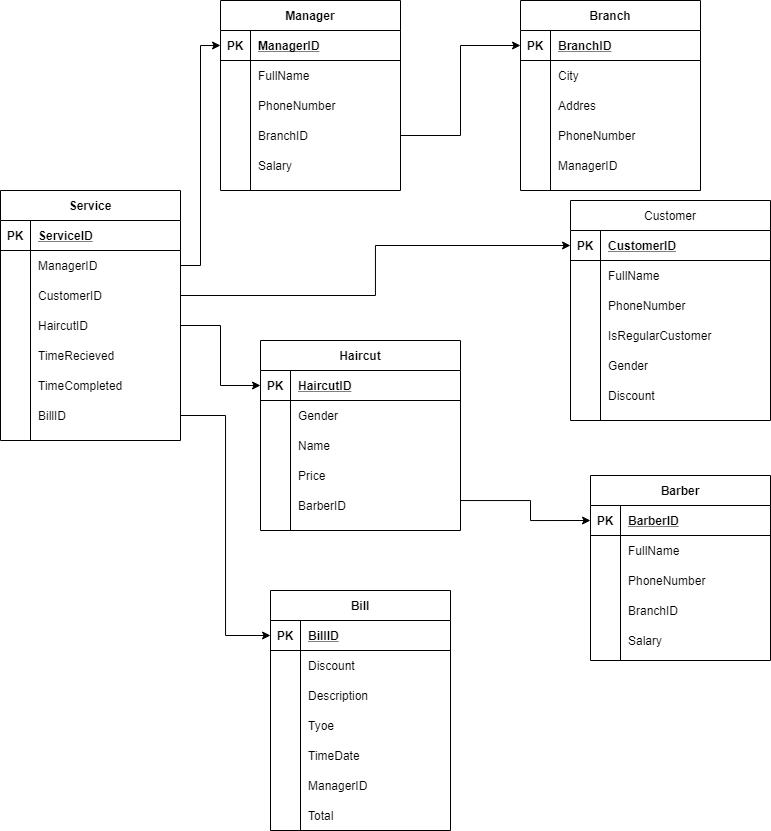
This is Barbershop.png from leetrikon/SQL, a draw.io export, as it was before one commit. Source tidied: cells renumbered, new cells last; positions are measured from the earlier drawing's top-left corner, leaving out a move shared by most shapes.
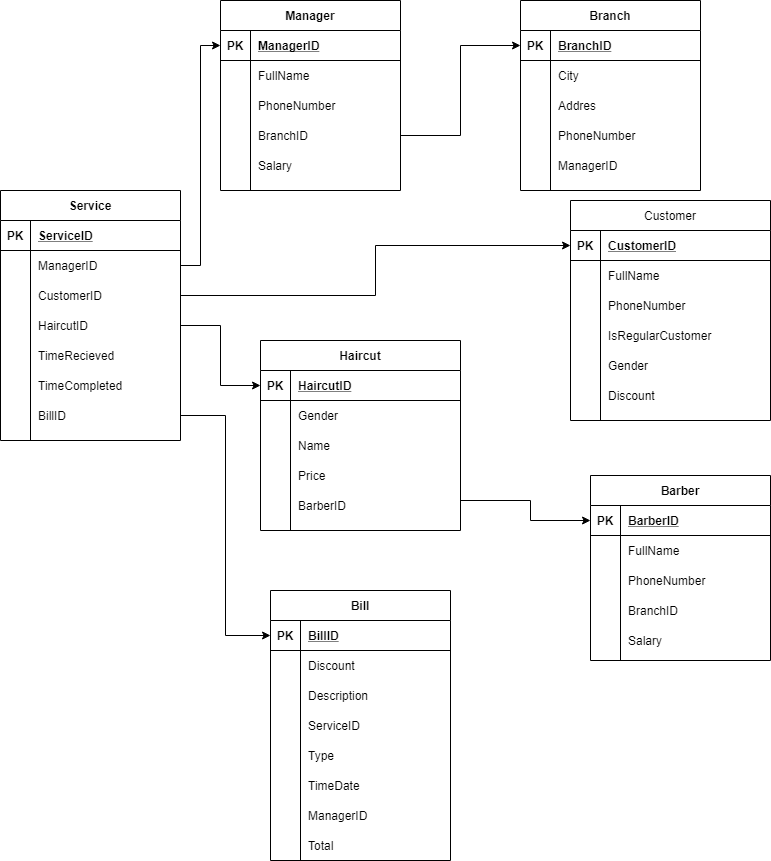
Above is the later version.

Change to the diagram source:
```diff
@@ -342,7 +342,7 @@
       <mxGeometry x="30" width="150" height="30" as="geometry" />
     </mxCell>
     <mxCell id="113" value="Bill" style="shape=table;startSize=30;rowLines=0;fontStyle=1;align=center;" parent="1" vertex="1">
-      <mxGeometry x="270" y="590" width="180" height="240" as="geometry" />
+      <mxGeometry x="270" y="590" width="180" height="270" as="geometry" />
     </mxCell>
     <mxCell id="114" style="shape=partialRectangle;fillColor=none;top=0;left=0;bottom=1;right=0;points=[[0,0.5],[1,0.5]];portConstraint=eastwest;" parent="113" vertex="1">
       <mxGeometry y="30" width="180" height="30" as="geometry" />
@@ -371,17 +371,26 @@
     <mxCell id="122" value="Description" style="shape=partialRectangle;fillColor=none;top=0;left=0;bottom=0;right=0;align=left;spacingLeft=6;overflow=hidden;" parent="120" vertex="1">
       <mxGeometry x="30" width="150" height="30" as="geometry" />
     </mxCell>
+    <mxCell id="135" style="shape=partialRectangle;fillColor=none;top=0;left=0;bottom=0;right=0;" parent="113" vertex="1">
+      <mxGeometry y="120" width="180" height="30" as="geometry" />
+    </mxCell>
+    <mxCell id="136" style="shape=partialRectangle;fillColor=none;top=0;left=0;bottom=0;right=0;overflow=hidden;" parent="135" vertex="1">
+      <mxGeometry width="30" height="30" as="geometry" />
+    </mxCell>
+    <mxCell id="137" value="ServiceID" style="shape=partialRectangle;fillColor=none;top=0;left=0;bottom=0;right=0;align=left;spacingLeft=6;overflow=hidden;" parent="135" vertex="1">
+      <mxGeometry x="30" width="150" height="30" as="geometry" />
+    </mxCell>
     <mxCell id="123" style="shape=partialRectangle;fillColor=none;top=0;left=0;bottom=0;right=0;" parent="113" vertex="1">
-      <mxGeometry y="120" width="180" height="30" as="geometry" />
+      <mxGeometry y="150" width="180" height="30" as="geometry" />
     </mxCell>
     <mxCell id="124" style="shape=partialRectangle;fillColor=none;top=0;left=0;bottom=0;right=0;overflow=hidden;" parent="123" vertex="1">
       <mxGeometry width="30" height="30" as="geometry" />
     </mxCell>
-    <mxCell id="125" value="Tyoe" style="shape=partialRectangle;fillColor=none;top=0;left=0;bottom=0;right=0;align=left;spacingLeft=6;overflow=hidden;" parent="123" vertex="1">
+    <mxCell id="125" value="Type" style="shape=partialRectangle;fillColor=none;top=0;left=0;bottom=0;right=0;align=left;spacingLeft=6;overflow=hidden;" parent="123" vertex="1">
       <mxGeometry x="30" width="150" height="30" as="geometry" />
     </mxCell>
     <mxCell id="126" style="shape=partialRectangle;fillColor=none;top=0;left=0;bottom=0;right=0;" parent="113" vertex="1">
-      <mxGeometry y="150" width="180" height="30" as="geometry" />
+      <mxGeometry y="180" width="180" height="30" as="geometry" />
     </mxCell>
     <mxCell id="127" style="shape=partialRectangle;fillColor=none;top=0;left=0;bottom=0;right=0;overflow=hidden;" parent="126" vertex="1">
       <mxGeometry width="30" height="30" as="geometry" />
@@ -390,7 +399,7 @@
       <mxGeometry x="30" width="150" height="30" as="geometry" />
     </mxCell>
     <mxCell id="129" style="shape=partialRectangle;fillColor=none;top=0;left=0;bottom=0;right=0;" parent="113" vertex="1">
-      <mxGeometry y="180" width="180" height="30" as="geometry" />
+      <mxGeometry y="210" width="180" height="30" as="geometry" />
     </mxCell>
     <mxCell id="130" style="shape=partialRectangle;fillColor=none;top=0;left=0;bottom=0;right=0;overflow=hidden;" parent="129" vertex="1">
       <mxGeometry width="30" height="30" as="geometry" />
@@ -399,7 +408,7 @@
       <mxGeometry x="30" width="150" height="30" as="geometry" />
     </mxCell>
     <mxCell id="132" style="shape=partialRectangle;fillColor=none;top=0;left=0;bottom=0;right=0;" parent="113" vertex="1">
-      <mxGeometry y="210" width="180" height="30" as="geometry" />
+      <mxGeometry y="240" width="180" height="30" as="geometry" />
     </mxCell>
     <mxCell id="133" style="shape=partialRectangle;fillColor=none;top=0;left=0;bottom=0;right=0;overflow=hidden;" parent="132" vertex="1">
       <mxGeometry width="30" height="30" as="geometry" />
```
